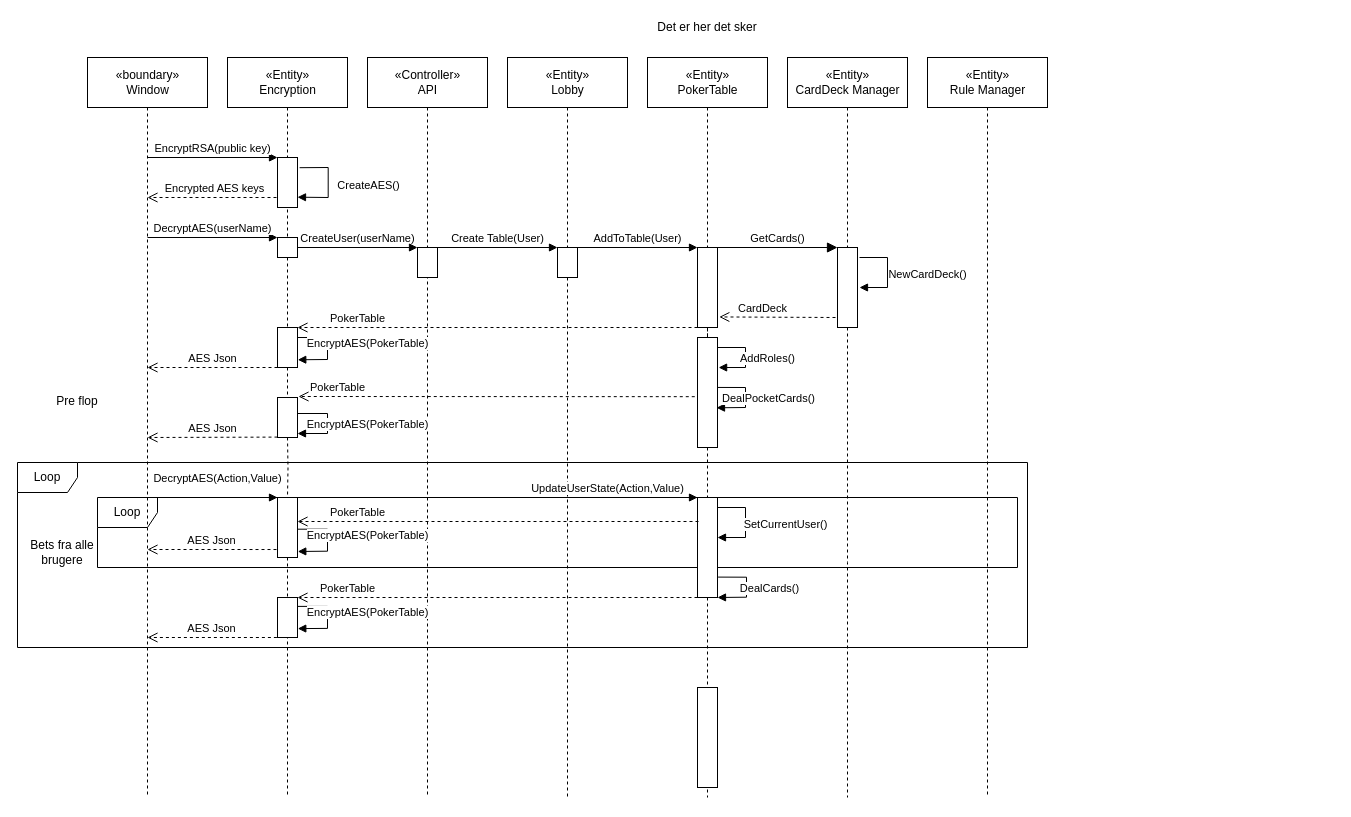
AndreasBollNielsen/PinkLadiesPoker_GameEngine keeps this draw.io diagram as Dokumentation/Sekvensdiagram.drawio. Above is the earlier version. Source tidied: cells renumbered, new cells numbered last; positions are measured from the earlier drawing's top-left corner, leaving out a move shared by most shapes. Both pictures are drawn from the tidied source at 100%, with x=0, y=0 at pixel (17, 17).
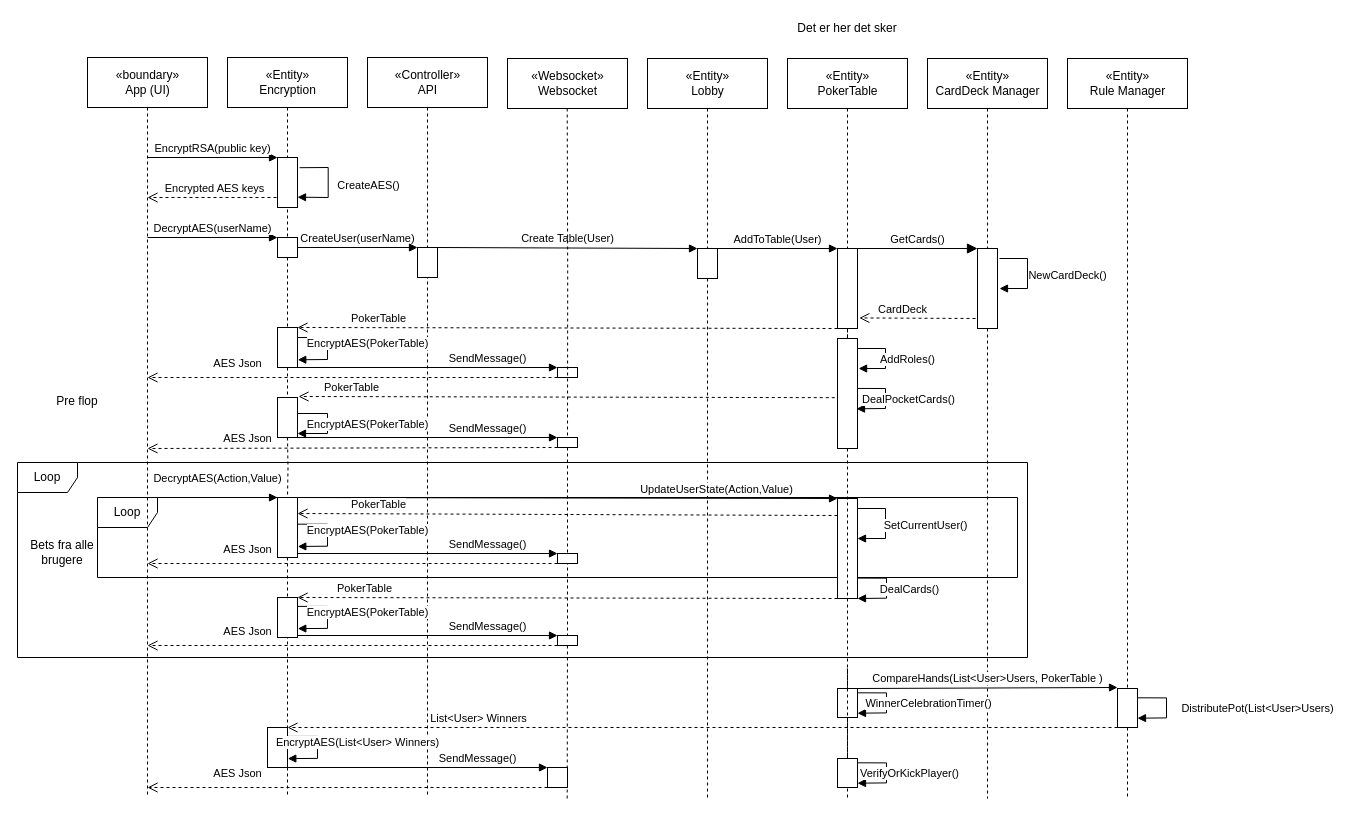
Above is the later version.

The change refers to these unchanged cells:
```xml
<mxCell id="40" style="rounded=0;whiteSpace=wrap;html=1;" parent="1" vertex="1">
  <mxGeometry x="260" y="310" width="20" height="40" as="geometry" />
</mxCell>
<mxCell id="46" style="rounded=0;whiteSpace=wrap;html=1;" parent="1" vertex="1">
  <mxGeometry x="260" y="380" width="20" height="40" as="geometry" />
</mxCell>
<mxCell id="52" style="rounded=0;whiteSpace=wrap;html=1;" parent="1" vertex="1">
  <mxGeometry x="260" y="480" width="20" height="60" as="geometry" />
</mxCell>
```

The edit, as a diff of the source:
```diff
@@
+    <mxCell id="4" value="Loop" style="shape=umlFrame;whiteSpace=wrap;html=1;" parent="1" vertex="1">
+      <mxGeometry y="445" width="1010" height="195" as="geometry" />
+    </mxCell>
     <mxCell id="2" value="Loop" style="shape=umlFrame;whiteSpace=wrap;html=1;" parent="1" vertex="1">
-      <mxGeometry x="80" y="480" width="920" height="70" as="geometry" />
+      <mxGeometry x="80" y="480" width="920" height="80" as="geometry" />
     </mxCell>
@@
-    <mxCell id="4" value="Loop" style="shape=umlFrame;whiteSpace=wrap;html=1;" parent="1" vertex="1">
-      <mxGeometry y="445" width="1010" height="185" as="geometry" />
-    </mxCell>
@@
-    <mxCell id="6" value="«boundary»&lt;br&gt;Window" style="html=1;" parent="1" vertex="1">
+    <mxCell id="6" value="«boundary»&lt;br&gt;App (UI)" style="html=1;" parent="1" vertex="1">
       <mxGeometry x="70" y="40" width="120" height="50" as="geometry" />
     </mxCell>
@@
     <mxCell id="8" style="edgeStyle=orthogonalEdgeStyle;rounded=0;jettySize=auto;html=1;dashed=1;endArrow=none;endFill=0;" parent="1" edge="1" source="24">
       <mxGeometry relative="1" as="geometry">
-        <mxPoint x="550" y="780" as="targetPoint" />
+        <mxPoint x="690" y="781" as="targetPoint" />
       </mxGeometry>
     </mxCell>
     <mxCell id="9" value="«Entity»&lt;br&gt;Lobby" style="html=1;" parent="1" vertex="1">
-      <mxGeometry x="490" y="40" width="120" height="50" as="geometry" />
+      <mxGeometry x="630" y="41" width="120" height="50" as="geometry" />
     </mxCell>
@@
     <mxCell id="13" style="edgeStyle=orthogonalEdgeStyle;rounded=0;jettySize=auto;html=1;dashed=1;labelBackgroundColor=none;endArrow=none;endFill=0;exitX=0.5;exitY=1;exitDx=0;exitDy=0;" parent="1" edge="1" source="26">
       <mxGeometry relative="1" as="geometry">
-        <mxPoint x="830" y="780" as="targetPoint" />
+        <mxPoint x="970" y="781" as="targetPoint" />
       </mxGeometry>
     </mxCell>
     <mxCell id="14" value="«Entity»&lt;br&gt;CardDeck Manager" style="html=1;" parent="1" vertex="1">
-      <mxGeometry x="770" y="40" width="120" height="50" as="geometry" />
+      <mxGeometry x="910" y="41" width="120" height="50" as="geometry" />
     </mxCell>
@@
     <mxCell id="24" style="rounded=0;whiteSpace=wrap;html=1;" parent="1" vertex="1">
-      <mxGeometry x="540" y="230" width="20" height="30" as="geometry" />
+      <mxGeometry x="680" y="231" width="20" height="30" as="geometry" />
     </mxCell>
@@
     <mxCell id="26" style="rounded=0;whiteSpace=wrap;html=1;" parent="1" vertex="1">
-      <mxGeometry x="820" y="230" width="20" height="80" as="geometry" />
+      <mxGeometry x="960" y="231" width="20" height="80" as="geometry" />
     </mxCell>
@@
     <mxCell id="28" value="NewCardDeck()" style="html=1;verticalAlign=bottom;endArrow=block;rounded=0;" parent="1" edge="1">
       <mxGeometry x="0.26" y="40" relative="1" as="geometry">
-        <mxPoint x="842" y="240" as="sourcePoint" />
-        <mxPoint x="842" y="270" as="targetPoint" />
+        <mxPoint x="982" y="241" as="sourcePoint" />
+        <mxPoint x="982" y="271" as="targetPoint" />
         <Array as="points">
-          <mxPoint x="870" y="240" />
-          <mxPoint x="870" y="270" />
+          <mxPoint x="1010" y="241" />
+          <mxPoint x="1010" y="271" />
         </Array>
       </mxGeometry>
     </mxCell>
@@
-    <mxCell id="30" style="edgeStyle=orthogonalEdgeStyle;rounded=0;jettySize=auto;html=1;dashed=1;labelBackgroundColor=none;endArrow=none;endFill=0;align=center;" parent="1" edge="1" source="43">
+    <mxCell id="30" style="edgeStyle=orthogonalEdgeStyle;rounded=0;jettySize=auto;html=1;dashed=1;labelBackgroundColor=none;endArrow=none;endFill=0;align=center;" parent="1" edge="1" source="93">
       <mxGeometry relative="1" as="geometry">
-        <mxPoint x="690" y="780" as="targetPoint" />
+        <mxPoint x="830" y="781" as="targetPoint" />
         <Array as="points">
-          <mxPoint x="690" y="650" />
-          <mxPoint x="690" y="650" />
+          <mxPoint x="830" y="651" />
+          <mxPoint x="830" y="651" />
         </Array>
       </mxGeometry>
     </mxCell>
     <mxCell id="31" value="«Entity»&lt;br&gt;PokerTable" style="html=1;" parent="1" vertex="1">
-      <mxGeometry x="630" y="40" width="120" height="50" as="geometry" />
+      <mxGeometry x="770" y="41" width="120" height="50" as="geometry" />
     </mxCell>
     <mxCell id="32" value="CardDeck" style="html=1;verticalAlign=bottom;endArrow=open;dashed=1;endSize=8;entryX=1.09;entryY=0.868;entryDx=0;entryDy=0;entryPerimeter=0;" parent="1" edge="1" target="36">
       <mxGeometry x="0.26" relative="1" as="geometry">
-        <mxPoint x="818" y="300" as="sourcePoint" />
+        <mxPoint x="958" y="301" as="sourcePoint" />
       </mxGeometry>
     </mxCell>
@@
-    <mxCell id="34" value="AES Json" style="html=1;verticalAlign=bottom;endArrow=open;dashed=1;endSize=8;" parent="1" edge="1">
-      <mxGeometry relative="1" as="geometry">
-        <mxPoint x="260" y="350" as="sourcePoint" />
-        <mxPoint x="130" y="350" as="targetPoint" />
+    <mxCell id="34" value="AES Json" style="html=1;verticalAlign=bottom;endArrow=open;dashed=1;endSize=8;exitX=0;exitY=1;exitDx=0;exitDy=0;" parent="1" edge="1" source="73">
+      <mxGeometry x="0.56" y="-5" relative="1" as="geometry">
+        <mxPoint x="130" y="360" as="targetPoint" />
       </mxGeometry>
     </mxCell>
@@
     <mxCell id="36" style="rounded=0;whiteSpace=wrap;html=1;" parent="1" vertex="1">
-      <mxGeometry x="680" y="230" width="20" height="80" as="geometry" />
+      <mxGeometry x="820" y="231" width="20" height="80" as="geometry" />
     </mxCell>
@@
     <mxCell id="42" value="Det er her det sker" style="text;html=1;strokeColor=none;fillColor=none;align=center;verticalAlign=middle;whiteSpace=wrap;rounded=0;" parent="1" vertex="1">
-      <mxGeometry x="605" width="170" height="20" as="geometry" />
+      <mxGeometry x="745" y="1" width="170" height="20" as="geometry" />
     </mxCell>
     <mxCell id="43" style="rounded=0;whiteSpace=wrap;html=1;" parent="1" vertex="1">
-      <mxGeometry x="680" y="320" width="20" height="110" as="geometry" />
+      <mxGeometry x="820" y="321" width="20" height="110" as="geometry" />
     </mxCell>
@@
-    <mxCell id="48" value="AES Json" style="html=1;verticalAlign=bottom;endArrow=open;dashed=1;endSize=8;" parent="1" edge="1">
-      <mxGeometry relative="1" as="geometry">
-        <mxPoint x="260" y="419.6" as="sourcePoint" />
-        <mxPoint x="130" y="420" as="targetPoint" />
+    <mxCell id="48" value="AES Json" style="html=1;verticalAlign=bottom;endArrow=open;dashed=1;endSize=8;exitX=0;exitY=1;exitDx=0;exitDy=0;" parent="1" edge="1" source="75">
+      <mxGeometry x="0.51" y="-1" relative="1" as="geometry">
+        <mxPoint x="130" y="431" as="targetPoint" />
       </mxGeometry>
     </mxCell>
-    <mxCell id="49" style="edgeStyle=orthogonalEdgeStyle;rounded=0;jettySize=auto;html=1;endArrow=none;endFill=0;dashed=1;labelBackgroundColor=none;" parent="1" edge="1" source="50">
+    <mxCell id="49" style="edgeStyle=orthogonalEdgeStyle;rounded=0;jettySize=auto;html=1;endArrow=none;endFill=0;dashed=1;labelBackgroundColor=none;" parent="1" edge="1" source="84">
       <mxGeometry relative="1" as="geometry">
-        <mxPoint x="970" y="780" as="targetPoint" />
+        <mxPoint x="1110" y="781" as="targetPoint" />
       </mxGeometry>
     </mxCell>
     <mxCell id="50" value="«Entity»&lt;br&gt;Rule Manager" style="html=1;" parent="1" vertex="1">
-      <mxGeometry x="910" y="40" width="120" height="50" as="geometry" />
+      <mxGeometry x="1050" y="41" width="120" height="50" as="geometry" />
     </mxCell>
@@
     <mxCell id="55" style="rounded=0;whiteSpace=wrap;html=1;" parent="1" vertex="1">
-      <mxGeometry x="680" y="480" width="20" height="100" as="geometry" />
+      <mxGeometry x="820" y="481" width="20" height="100" as="geometry" />
     </mxCell>
@@
     <mxCell id="57" value="EncryptAES(PokerTable)" style="html=1;verticalAlign=bottom;endArrow=block;rounded=0;entryX=1.014;entryY=0.807;entryDx=0;entryDy=0;entryPerimeter=0;" parent="1" edge="1">
       <mxGeometry x="0.11" y="40" relative="1" as="geometry">
-        <mxPoint x="280" y="511.7" as="sourcePoint" />
-        <mxPoint x="280.3" y="534" as="targetPoint" />
+        <mxPoint x="280" y="506.7" as="sourcePoint" />
+        <mxPoint x="280.3" y="529" as="targetPoint" />
         <Array as="points">
-          <mxPoint x="310" y="511.7" />
-          <mxPoint x="310" y="533.7" />
+          <mxPoint x="310" y="506.7" />
+          <mxPoint x="310" y="528.7" />
         </Array>
       </mxGeometry>
     </mxCell>
-    <mxCell id="58" value="AES Json" style="html=1;verticalAlign=bottom;endArrow=open;dashed=1;endSize=8;exitX=-0.05;exitY=0.867;exitDx=0;exitDy=0;exitPerimeter=0;" parent="1" edge="1" source="52">
-      <mxGeometry relative="1" as="geometry">
-        <mxPoint x="130" y="532" as="targetPoint" />
+    <mxCell id="58" value="AES Json" style="html=1;verticalAlign=bottom;endArrow=open;dashed=1;endSize=8;exitX=0;exitY=1;exitDx=0;exitDy=0;" parent="1" edge="1" source="79">
+      <mxGeometry x="0.51" y="-5" relative="1" as="geometry">
+        <mxPoint x="130" y="546" as="targetPoint" />
       </mxGeometry>
     </mxCell>
@@
     <mxCell id="61" style="rounded=0;whiteSpace=wrap;html=1;" parent="1" vertex="1">
-      <mxGeometry x="680" y="670" width="20" height="100" as="geometry" />
+      <mxGeometry x="820" y="671" width="20" height="29" as="geometry" />
     </mxCell>
-    <mxCell id="62" value="PokerTable" style="html=1;verticalAlign=bottom;endArrow=open;dashed=1;endSize=8;entryX=1;entryY=1;entryDx=0;entryDy=0;" parent="1" edge="1">
+    <mxCell id="62" value="PokerTable" style="html=1;verticalAlign=bottom;endArrow=open;dashed=1;endSize=8;exitX=0;exitY=0.25;exitDx=0;exitDy=0;" parent="1" edge="1">
       <mxGeometry x="0.7" relative="1" as="geometry">
-        <mxPoint x="681" y="504" as="sourcePoint" />
-        <mxPoint x="280" y="504" as="targetPoint" />
+        <mxPoint x="820" y="498" as="sourcePoint" />
+        <mxPoint x="280" y="496" as="targetPoint" />
       </mxGeometry>
     </mxCell>
@@
-    <mxCell id="66" value="AES Json" style="html=1;verticalAlign=bottom;endArrow=open;dashed=1;endSize=8;exitX=0;exitY=1;exitDx=0;exitDy=0;" parent="1" edge="1">
-      <mxGeometry relative="1" as="geometry">
-        <mxPoint x="259.4" y="620" as="sourcePoint" />
-        <mxPoint x="130" y="620" as="targetPoint" />
-      </mxGeometry>
-    </mxCell>
     <mxCell id="67" value="AddRoles()" style="html=1;verticalAlign=bottom;endArrow=block;rounded=0;entryX=1.056;entryY=0.273;entryDx=0;entryDy=0;entryPerimeter=0;" parent="1" edge="1" target="43">
       <mxGeometry x="0.28" y="22" relative="1" as="geometry">
-        <mxPoint x="700" y="330" as="sourcePoint" />
+        <mxPoint x="840" y="331" as="sourcePoint" />
         <Array as="points">
-          <mxPoint x="728" y="330" />
-          <mxPoint x="728" y="350" />
+          <mxPoint x="868" y="331" />
+          <mxPoint x="868" y="351" />
         </Array>
         <mxPoint x="22" y="-22" as="offset" />
       </mxGeometry>
     </mxCell>
     <mxCell id="68" value="DealPocketCards()" style="html=1;verticalAlign=bottom;endArrow=block;rounded=0;entryX=0.95;entryY=0.639;entryDx=0;entryDy=0;entryPerimeter=0;exitX=0.978;exitY=0.454;exitDx=0;exitDy=0;exitPerimeter=0;" parent="1" edge="1" source="43" target="43">
       <mxGeometry x="0.25" y="22" relative="1" as="geometry">
         <Array as="points">
-          <mxPoint x="728" y="370" />
-          <mxPoint x="728" y="390" />
+          <mxPoint x="868" y="371" />
+          <mxPoint x="868" y="391" />
         </Array>
         <mxPoint x="22" y="-22" as="offset" />
       </mxGeometry>
     </mxCell>
     <mxCell id="69" value="SetCurrentUser()" style="html=1;verticalAlign=bottom;endArrow=block;rounded=0;" parent="1" edge="1">
       <mxGeometry x="0.26" y="40" relative="1" as="geometry">
-        <mxPoint x="700" y="490" as="sourcePoint" />
-        <mxPoint x="700" y="520" as="targetPoint" />
+        <mxPoint x="840" y="491" as="sourcePoint" />
+        <mxPoint x="840" y="521" as="targetPoint" />
         <Array as="points">
-          <mxPoint x="728" y="490" />
-          <mxPoint x="728" y="520" />
+          <mxPoint x="868" y="491" />
+          <mxPoint x="868" y="521" />
         </Array>
       </mxGeometry>
     </mxCell>
     <mxCell id="70" value="DealCards()" style="html=1;verticalAlign=bottom;endArrow=block;rounded=0;entryX=0.95;entryY=0.639;entryDx=0;entryDy=0;entryPerimeter=0;exitX=0.978;exitY=0.454;exitDx=0;exitDy=0;exitPerimeter=0;" parent="1" edge="1">
       <mxGeometry x="0.25" y="22" relative="1" as="geometry">
-        <mxPoint x="700.6" y="559.6" as="sourcePoint" />
-        <mxPoint x="700" y="580" as="targetPoint" />
+        <mxPoint x="840.6" y="560.6" as="sourcePoint" />
+        <mxPoint x="840" y="581" as="targetPoint" />
         <Array as="points">
-          <mxPoint x="729" y="559.7" />
-          <mxPoint x="729" y="579.7" />
+          <mxPoint x="869" y="560.7" />
+          <mxPoint x="869" y="580.7" />
         </Array>
         <mxPoint x="22" y="-22" as="offset" />
       </mxGeometry>
     </mxCell>
+    <mxCell id="71" value="«Websocket»&lt;br&gt;Websocket" style="html=1;" parent="1" vertex="1">
+      <mxGeometry x="490" y="41" width="120" height="50" as="geometry" />
+    </mxCell>
+    <mxCell id="72" style="edgeStyle=orthogonalEdgeStyle;rounded=0;jettySize=auto;html=1;endArrow=none;endFill=0;dashed=1;labelBackgroundColor=none;" parent="1" edge="1" source="75">
+      <mxGeometry relative="1" as="geometry">
+        <mxPoint x="549.7" y="781" as="targetPoint" />
+      </mxGeometry>
+    </mxCell>
+    <mxCell id="73" style="rounded=0;whiteSpace=wrap;html=1;" parent="1" vertex="1">
+      <mxGeometry x="540" y="350" width="20" height="10" as="geometry" />
+    </mxCell>
+    <mxCell id="74" value="SendMessage()" style="html=1;verticalAlign=bottom;endArrow=block;entryX=0;entryY=0;entryDx=0;entryDy=0;labelBackgroundColor=none;exitX=1;exitY=1;exitDx=0;exitDy=0;" parent="1" edge="1" source="40" target="73">
+      <mxGeometry x="0.46" relative="1" as="geometry" />
+    </mxCell>
+    <mxCell id="75" style="rounded=0;whiteSpace=wrap;html=1;" parent="1" vertex="1">
+      <mxGeometry x="540" y="420" width="20" height="10" as="geometry" />
+    </mxCell>
+    <mxCell id="76" style="edgeStyle=orthogonalEdgeStyle;rounded=0;jettySize=auto;html=1;endArrow=none;endFill=0;dashed=1;labelBackgroundColor=none;" parent="1" edge="1" target="75">
+      <mxGeometry relative="1" as="geometry">
+        <mxPoint x="549.7" y="91" as="sourcePoint" />
+      </mxGeometry>
+    </mxCell>
+    <mxCell id="77" value="SendMessage()" style="html=1;verticalAlign=bottom;endArrow=block;entryX=0;entryY=0;entryDx=0;entryDy=0;labelBackgroundColor=none;exitX=1;exitY=1;exitDx=0;exitDy=0;" parent="1" edge="1" source="46" target="75">
+      <mxGeometry x="0.46" relative="1" as="geometry" />
+    </mxCell>
+    <mxCell id="78" value="SendMessage()" style="html=1;verticalAlign=bottom;endArrow=block;entryX=0;entryY=0;entryDx=0;entryDy=0;labelBackgroundColor=none;exitX=1;exitY=1;exitDx=0;exitDy=0;" parent="1" edge="1" target="79">
+      <mxGeometry x="0.46" relative="1" as="geometry">
+        <mxPoint x="280" y="536" as="sourcePoint" />
+      </mxGeometry>
+    </mxCell>
+    <mxCell id="79" style="rounded=0;whiteSpace=wrap;html=1;" parent="1" vertex="1">
+      <mxGeometry x="540" y="536" width="20" height="10" as="geometry" />
+    </mxCell>
+    <mxCell id="80" style="rounded=0;whiteSpace=wrap;html=1;" parent="1" vertex="1">
+      <mxGeometry x="540" y="618" width="20" height="10" as="geometry" />
+    </mxCell>
+    <mxCell id="81" value="SendMessage()" style="html=1;verticalAlign=bottom;endArrow=block;entryX=0;entryY=0;entryDx=0;entryDy=0;labelBackgroundColor=none;exitX=1;exitY=1;exitDx=0;exitDy=0;" parent="1" edge="1" target="80">
+      <mxGeometry x="0.46" relative="1" as="geometry">
+        <mxPoint x="280" y="618" as="sourcePoint" />
+      </mxGeometry>
+    </mxCell>
+    <mxCell id="82" value="AES Json" style="html=1;verticalAlign=bottom;endArrow=open;dashed=1;endSize=8;exitX=0;exitY=1;exitDx=0;exitDy=0;" parent="1" edge="1" source="80">
+      <mxGeometry x="0.51" y="-5" relative="1" as="geometry">
+        <mxPoint x="130" y="628" as="targetPoint" />
+      </mxGeometry>
+    </mxCell>
+    <mxCell id="83" value="CompareHands(List&amp;lt;User&amp;gt;Users, PokerTable )" style="html=1;verticalAlign=bottom;endArrow=block;rounded=0;exitX=1;exitY=0;exitDx=0;exitDy=0;" parent="1" edge="1" source="61">
+      <mxGeometry relative="1" as="geometry">
+        <mxPoint x="1100" y="670" as="targetPoint" />
+        <mxPoint y="-1" as="offset" />
+      </mxGeometry>
+    </mxCell>
+    <mxCell id="84" style="rounded=0;whiteSpace=wrap;html=1;" parent="1" vertex="1">
+      <mxGeometry x="1100" y="671" width="20" height="39" as="geometry" />
+    </mxCell>
+    <mxCell id="85" style="edgeStyle=orthogonalEdgeStyle;rounded=0;jettySize=auto;html=1;endArrow=none;endFill=0;dashed=1;labelBackgroundColor=none;" parent="1" edge="1" source="50" target="84">
+      <mxGeometry relative="1" as="geometry" />
+    </mxCell>
+    <mxCell id="86" value="List&amp;lt;User&amp;gt; Winners" style="html=1;verticalAlign=bottom;endArrow=open;dashed=1;endSize=8;exitX=-0.136;exitY=0.538;exitDx=0;exitDy=0;exitPerimeter=0;entryX=1;entryY=0;entryDx=0;entryDy=0;" parent="1" edge="1" target="90">
+      <mxGeometry x="0.54" relative="1" as="geometry">
+        <mxPoint x="1100" y="710" as="sourcePoint" />
+      </mxGeometry>
+    </mxCell>
+    <mxCell id="87" value="DistributePot(List&amp;lt;User&amp;gt;Users)" style="html=1;verticalAlign=bottom;endArrow=block;rounded=0;entryX=0.95;entryY=0.639;entryDx=0;entryDy=0;entryPerimeter=0;exitX=0.978;exitY=0.454;exitDx=0;exitDy=0;exitPerimeter=0;" parent="1" edge="1">
+      <mxGeometry x="0.25" y="91" relative="1" as="geometry">
+        <mxPoint x="1120.6" y="680.3" as="sourcePoint" />
+        <mxPoint x="1120" y="700.7" as="targetPoint" />
+        <Array as="points">
+          <mxPoint x="1149" y="680.4" />
+          <mxPoint x="1149" y="700.4" />
+        </Array>
+        <mxPoint x="90" y="-91" as="offset" />
+      </mxGeometry>
+    </mxCell>
+    <mxCell id="88" style="rounded=0;whiteSpace=wrap;html=1;" parent="1" vertex="1">
+      <mxGeometry x="530" y="750" width="20" height="20" as="geometry" />
+    </mxCell>
+    <mxCell id="89" value="SendMessage()" style="html=1;verticalAlign=bottom;endArrow=block;entryX=0;entryY=0;entryDx=0;entryDy=0;labelBackgroundColor=none;exitX=1;exitY=1;exitDx=0;exitDy=0;" parent="1" edge="1" source="90" target="88">
+      <mxGeometry x="0.46" relative="1" as="geometry" />
+    </mxCell>
+    <mxCell id="90" style="rounded=0;whiteSpace=wrap;html=1;" parent="1" vertex="1">
+      <mxGeometry x="250" y="710" width="20" height="40" as="geometry" />
+    </mxCell>
+    <mxCell id="91" value="EncryptAES(List&amp;lt;User&amp;gt; Winners)" style="html=1;verticalAlign=bottom;endArrow=block;rounded=0;entryX=1.014;entryY=0.807;entryDx=0;entryDy=0;entryPerimeter=0;" parent="1" edge="1">
+      <mxGeometry x="0.11" y="40" relative="1" as="geometry">
+        <mxPoint x="270" y="718.9" as="sourcePoint" />
+        <mxPoint x="270.3" y="741.1" as="targetPoint" />
+        <Array as="points">
+          <mxPoint x="300" y="718.9" />
+          <mxPoint x="300" y="740.9" />
+        </Array>
+      </mxGeometry>
+    </mxCell>
+    <mxCell id="92" value="AES Json" style="html=1;verticalAlign=bottom;endArrow=open;dashed=1;endSize=8;exitX=0;exitY=1;exitDx=0;exitDy=0;" parent="1" edge="1" source="88">
+      <mxGeometry x="0.55" y="-5" relative="1" as="geometry">
+        <mxPoint x="130" y="770" as="targetPoint" />
+      </mxGeometry>
+    </mxCell>
+    <mxCell id="93" style="rounded=0;whiteSpace=wrap;html=1;" parent="1" vertex="1">
+      <mxGeometry x="820" y="741" width="20" height="29" as="geometry" />
+    </mxCell>
+    <mxCell id="94" style="edgeStyle=orthogonalEdgeStyle;rounded=0;jettySize=auto;html=1;dashed=1;labelBackgroundColor=none;endArrow=none;endFill=0;align=center;" parent="1" edge="1" source="43" target="93">
+      <mxGeometry relative="1" as="geometry" />
+    </mxCell>
+    <mxCell id="95" value="VerifyOrKickPlayer()" style="html=1;verticalAlign=bottom;endArrow=block;rounded=0;entryX=0.95;entryY=0.639;entryDx=0;entryDy=0;entryPerimeter=0;exitX=0.978;exitY=0.454;exitDx=0;exitDy=0;exitPerimeter=0;" parent="1" edge="1">
+      <mxGeometry x="0.25" y="22" relative="1" as="geometry">
+        <mxPoint x="840.6" y="745.3" as="sourcePoint" />
+        <mxPoint x="840" y="765.7" as="targetPoint" />
+        <Array as="points">
+          <mxPoint x="869" y="745.4" />
+          <mxPoint x="869" y="765.4" />
+        </Array>
+        <mxPoint x="22" y="-22" as="offset" />
+      </mxGeometry>
+    </mxCell>
+    <mxCell id="96" value="WinnerCelebrationTimer()" style="html=1;verticalAlign=bottom;endArrow=block;rounded=0;entryX=0.95;entryY=0.639;entryDx=0;entryDy=0;entryPerimeter=0;exitX=0.978;exitY=0.454;exitDx=0;exitDy=0;exitPerimeter=0;" parent="1" edge="1">
+      <mxGeometry x="0.25" y="41" relative="1" as="geometry">
+        <mxPoint x="840.6" y="675.3" as="sourcePoint" />
+        <mxPoint x="840" y="695.7" as="targetPoint" />
+        <Array as="points">
+          <mxPoint x="869" y="675.4" />
+          <mxPoint x="869" y="695.4" />
+        </Array>
+        <mxPoint x="41" y="-41" as="offset" />
+      </mxGeometry>
+    </mxCell>
```
